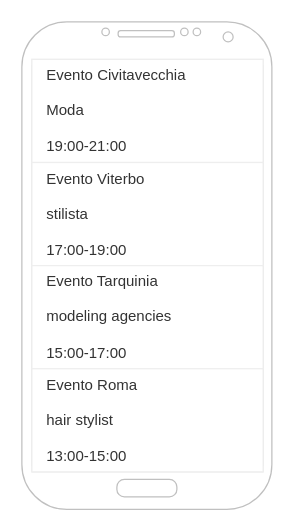
Before: wireframe.drawio in Marcociocci/2020-21-webdesign-esercitazione, a draw.io diagram. Source tidied: cells renumbered, new cells numbered last; positions are measured from the earlier drawing's top-left corner, leaving out a move shared by most shapes. Both pictures are drawn from the tidied source at 125%, with x=0, y=0 at pixel (21, 21).
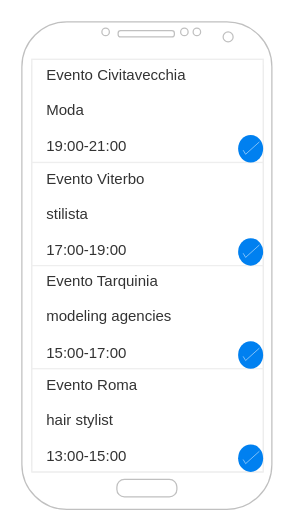
After the change.

What changed in the source:
```diff
@@
 <mxGraphModel>
   <root>
     <mxCell id="0" />
     <mxCell id="1" parent="0" />
     <mxCell id="2" style="verticalLabelPosition=bottom;verticalAlign=top;html=1;shadow=0;dashed=0;strokeWidth=1;shape=mxgraph.android.phone2;strokeColor=#c0c0c0;" parent="1" vertex="1">
       <mxGeometry width="200" height="390" as="geometry" />
     </mxCell>
     <mxCell id="3" style="strokeWidth=1;html=1;shadow=0;dashed=0;shape=mxgraph.android.rrect;rSize=0;strokeColor=#eeeeee;fillColor=#ffffff;gradientColor=none;" parent="1" vertex="1">
       <mxGeometry x="8" y="30" width="185" height="330" as="geometry" />
     </mxCell>
     <mxCell id="4" value="&lt;font style=&quot;font-size: 12px&quot;&gt;Evento &lt;/font&gt;&lt;font style=&quot;font-size: 12px&quot;&gt;Civitavecchia&lt;br&gt;&lt;br&gt;Moda&lt;br&gt;&lt;br&gt;19:00-21:00&lt;br&gt;&lt;/font&gt;" style="strokeColor=inherit;fillColor=inherit;gradientColor=inherit;strokeWidth=1;html=1;shadow=0;dashed=0;shape=mxgraph.android.rrect;rSize=0;align=left;spacingLeft=10;fontSize=8;fontColor=#333333;" parent="3" vertex="1">
       <mxGeometry width="185" height="82.5" as="geometry" />
     </mxCell>
     <mxCell id="5" value="&lt;font style=&quot;font-size: 12px&quot;&gt;Evento Viterbo&lt;br&gt;&lt;br&gt;stilista&lt;br&gt;&lt;br&gt;17:00-19:00&lt;br&gt;&lt;/font&gt;" style="strokeColor=inherit;fillColor=inherit;gradientColor=inherit;strokeWidth=1;html=1;shadow=0;dashed=0;shape=mxgraph.android.rrect;rSize=0;align=left;spacingLeft=10;fontSize=8;fontColor=#333333;" parent="3" vertex="1">
       <mxGeometry y="82.5" width="185" height="82.5" as="geometry" />
     </mxCell>
     <mxCell id="6" value="&lt;font style=&quot;font-size: 12px&quot;&gt;Evento Tarquinia&lt;br&gt;&lt;br&gt;modeling agencies&lt;br&gt;&lt;br&gt;15:00-17:00&lt;br&gt;&lt;/font&gt;" style="strokeColor=inherit;fillColor=inherit;gradientColor=inherit;strokeWidth=1;html=1;shadow=0;dashed=0;shape=mxgraph.android.rrect;rSize=0;align=left;spacingLeft=10;fontSize=8;fontColor=#333333;" parent="3" vertex="1">
       <mxGeometry y="165" width="185" height="82.5" as="geometry" />
     </mxCell>
     <mxCell id="7" value="&lt;font style=&quot;font-size: 12px&quot;&gt;Evento Roma&lt;br&gt;&lt;br&gt;hair stylist&lt;br&gt;&lt;br&gt;13:00-15:00&lt;br&gt;&lt;/font&gt;" style="strokeColor=inherit;fillColor=inherit;gradientColor=inherit;strokeWidth=1;html=1;shadow=0;dashed=0;shape=mxgraph.android.rrect;rSize=0;align=left;spacingLeft=10;fontSize=8;fontColor=#333333;" parent="3" vertex="1">
       <mxGeometry y="247.5" width="185" height="82.5" as="geometry" />
     </mxCell>
+    <mxCell id="8" style="html=1;verticalLabelPosition=bottom;labelBackgroundColor=#ffffff;verticalAlign=top;shadow=0;dashed=0;strokeWidth=2;shape=mxgraph.ios7.misc.select;fillColor=#0080f0;strokeColor=#ffffff;" parent="3" vertex="1">
+      <mxGeometry x="165" y="60.5" width="20" height="22" as="geometry" />
+    </mxCell>
+    <mxCell id="9" style="html=1;verticalLabelPosition=bottom;labelBackgroundColor=#ffffff;verticalAlign=top;shadow=0;dashed=0;strokeWidth=2;shape=mxgraph.ios7.misc.select;fillColor=#0080f0;strokeColor=#ffffff;" parent="3" vertex="1">
+      <mxGeometry x="165" y="143" width="20" height="22" as="geometry" />
+    </mxCell>
+    <mxCell id="10" style="html=1;verticalLabelPosition=bottom;labelBackgroundColor=#ffffff;verticalAlign=top;shadow=0;dashed=0;strokeWidth=2;shape=mxgraph.ios7.misc.select;fillColor=#0080f0;strokeColor=#ffffff;" parent="3" vertex="1">
+      <mxGeometry x="165" y="225.5" width="20" height="22" as="geometry" />
+    </mxCell>
+    <mxCell id="11" style="html=1;verticalLabelPosition=bottom;labelBackgroundColor=#ffffff;verticalAlign=top;shadow=0;dashed=0;strokeWidth=2;shape=mxgraph.ios7.misc.select;fillColor=#0080f0;strokeColor=#ffffff;" parent="3" vertex="1">
+      <mxGeometry x="165" y="308" width="20" height="22" as="geometry" />
+    </mxCell>
   </root>
 </mxGraphModel>
```
